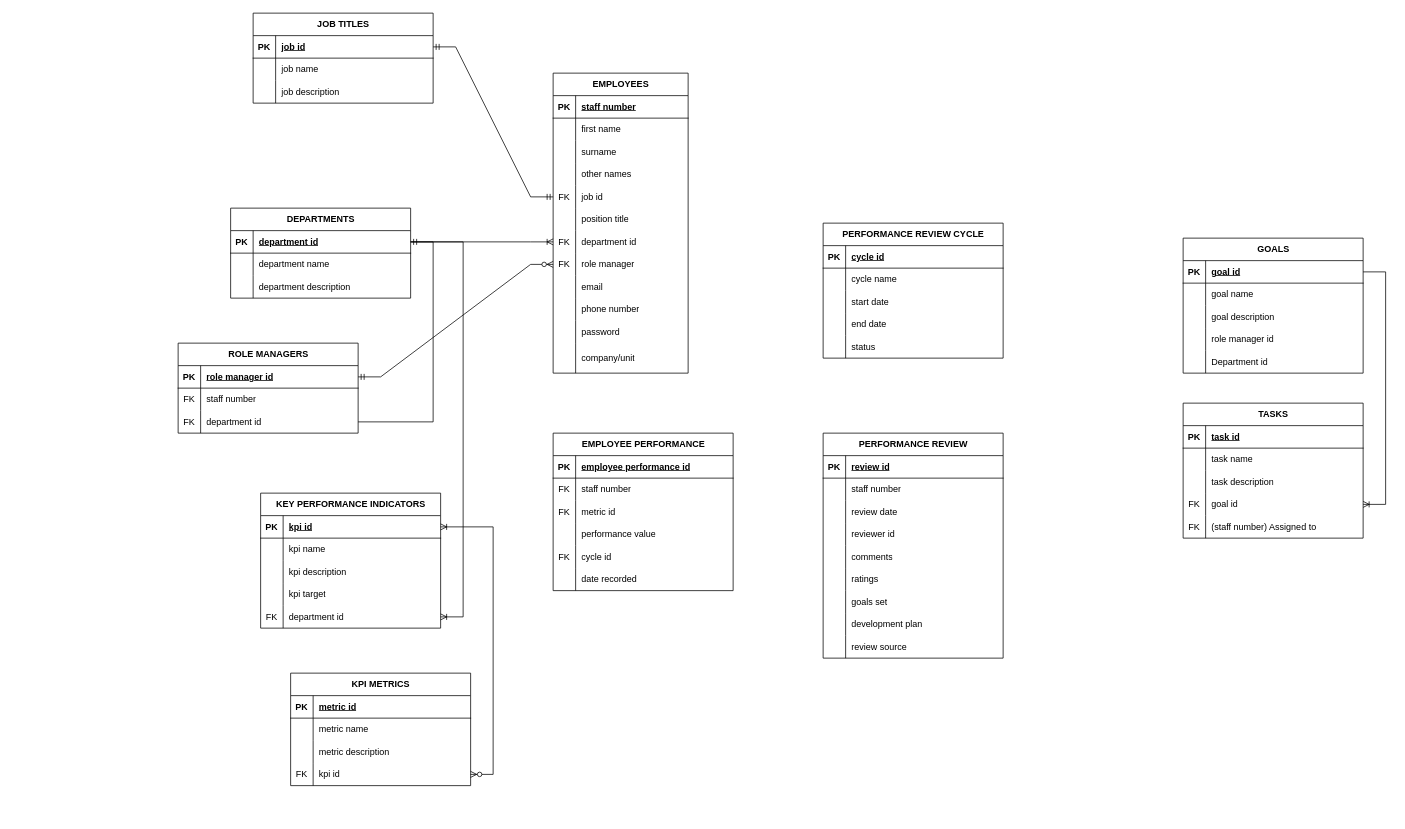
Earlier version of the draw.io diagram PMS.drawio (JohnMugambi/Files). Source tidied: cells renumbered, new cells numbered last; positions are measured from the earlier drawing's top-left corner, leaving out a move shared by most shapes. Both pictures are drawn from the tidied source at 75%, with x=0, y=0 at pixel (160, 13).
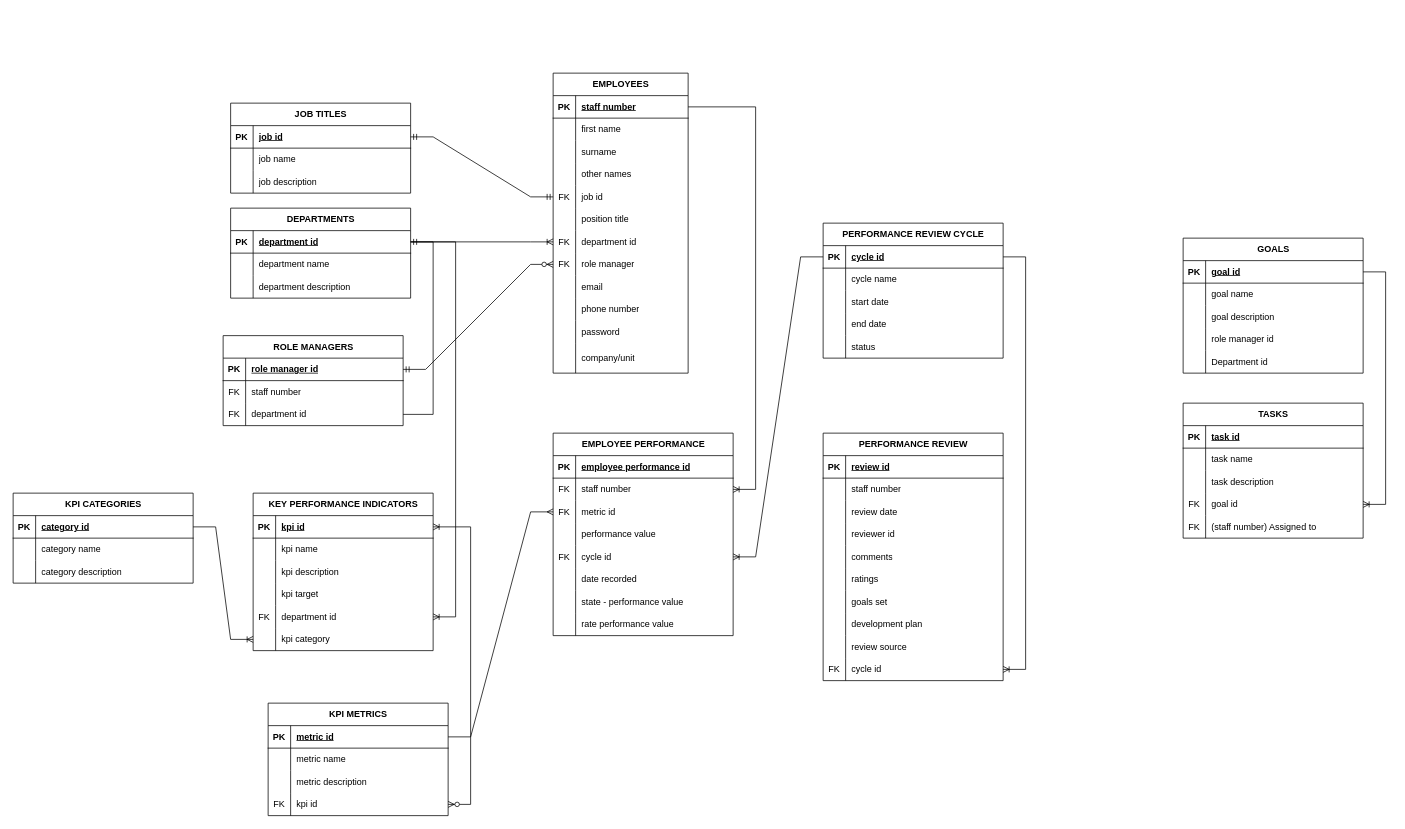
The same page after the edit.

Unchanged cells that the change refers to:
```xml
<mxCell id="3" style="shape=tableRow;horizontal=0;startSize=0;swimlaneHead=0;swimlaneBody=0;fillColor=none;points=[[0,0.5],[1,0.5]];portConstraint=eastwest;top=0;left=0;right=0;bottom=1;" parent="2" vertex="1">
  <mxGeometry y="30" width="180" height="30" as="geometry" />
</mxCell>
<mxCell id="53" style="shape=tableRow;horizontal=0;startSize=0;swimlaneHead=0;swimlaneBody=0;fillColor=none;points=[[0,0.5],[1,0.5]];portConstraint=eastwest;top=0;left=0;right=0;bottom=0;" parent="49" vertex="1">
  <mxGeometry y="60" width="240" height="30" as="geometry" />
</mxCell>
<mxCell id="56" style="shape=tableRow;horizontal=0;startSize=0;swimlaneHead=0;swimlaneBody=0;fillColor=none;points=[[0,0.5],[1,0.5]];portConstraint=eastwest;top=0;left=0;right=0;bottom=0;" parent="49" vertex="1">
  <mxGeometry y="90" width="240" height="30" as="geometry" />
</mxCell>
<mxCell id="62" style="shape=tableRow;horizontal=0;startSize=0;swimlaneHead=0;swimlaneBody=0;fillColor=none;points=[[0,0.5],[1,0.5]];portConstraint=eastwest;top=0;left=0;right=0;bottom=0;" parent="49" vertex="1">
  <mxGeometry y="150" width="240" height="30" as="geometry" />
</mxCell>
<mxCell id="149" style="shape=tableRow;horizontal=0;startSize=0;swimlaneHead=0;swimlaneBody=0;fillColor=none;points=[[0,0.5],[1,0.5]];portConstraint=eastwest;top=0;left=0;right=0;bottom=1;" parent="148" vertex="1">
  <mxGeometry y="30" width="240" height="30" as="geometry" />
</mxCell>
<mxCell id="185" style="shape=tableRow;horizontal=0;startSize=0;swimlaneHead=0;swimlaneBody=0;fillColor=none;points=[[0,0.5],[1,0.5]];portConstraint=eastwest;top=0;left=0;right=0;bottom=1;" parent="184" vertex="1">
  <mxGeometry y="30" width="240" height="30" as="geometry" />
</mxCell>
```

Change to the diagram source:
```diff
@@
     <mxCell id="49" value="EMPLOYEE PERFORMANCE" style="shape=table;startSize=30;childLayout=tableLayout;rowLines=0;fontStyle=1;align=center;html=1;" parent="1" vertex="1">
-      <mxGeometry x="524" y="560" width="240" height="210" as="geometry" />
+      <mxGeometry x="524" y="560" width="240" height="270" as="geometry" />
     </mxCell>
@@
+    <mxCell id="200" style="shape=tableRow;horizontal=0;startSize=0;swimlaneHead=0;swimlaneBody=0;fillColor=none;top=0;left=0;right=0;bottom=0;" parent="49" vertex="1">
+      <mxGeometry y="210" width="240" height="30" as="geometry" />
+    </mxCell>
+    <mxCell id="201" style="shape=partialRectangle;fillColor=none;top=0;left=0;bottom=0;right=0;overflow=hidden;whiteSpace=wrap;html=1;" parent="200" vertex="1">
+      <mxGeometry width="30" height="30" as="geometry" />
+    </mxCell>
+    <mxCell id="202" value="state - performance value" style="shape=partialRectangle;fillColor=none;top=0;left=0;bottom=0;right=0;align=left;spacingLeft=6;overflow=hidden;whiteSpace=wrap;html=1;" parent="200" vertex="1">
+      <mxGeometry x="30" width="210" height="30" as="geometry" />
+    </mxCell>
+    <mxCell id="203" style="shape=tableRow;horizontal=0;startSize=0;swimlaneHead=0;swimlaneBody=0;fillColor=none;top=0;left=0;right=0;bottom=0;" parent="49" vertex="1">
+      <mxGeometry y="240" width="240" height="30" as="geometry" />
+    </mxCell>
+    <mxCell id="204" style="shape=partialRectangle;fillColor=none;top=0;left=0;bottom=0;right=0;overflow=hidden;whiteSpace=wrap;html=1;" parent="203" vertex="1">
+      <mxGeometry width="30" height="30" as="geometry" />
+    </mxCell>
+    <mxCell id="205" value="rate performance value" style="shape=partialRectangle;fillColor=none;top=0;left=0;bottom=0;right=0;align=left;spacingLeft=6;overflow=hidden;whiteSpace=wrap;html=1;" parent="203" vertex="1">
+      <mxGeometry x="30" width="210" height="30" as="geometry" />
+    </mxCell>
@@
     <mxCell id="84" value="PERFORMANCE REVIEW" style="shape=table;startSize=30;childLayout=tableLayout;rowLines=0;fontStyle=1;align=center;html=1;" parent="1" vertex="1">
-      <mxGeometry x="884" y="560" width="240" height="300" as="geometry" />
+      <mxGeometry x="884" y="560" width="240" height="330" as="geometry" />
     </mxCell>
@@
+    <mxCell id="206" style="shape=tableRow;horizontal=0;startSize=0;swimlaneHead=0;swimlaneBody=0;fillColor=none;points=[[0,0.5],[1,0.5]];portConstraint=eastwest;top=0;left=0;right=0;bottom=0;" parent="84" vertex="1">
+      <mxGeometry y="300" width="240" height="30" as="geometry" />
+    </mxCell>
+    <mxCell id="207" value="FK" style="shape=partialRectangle;fillColor=none;top=0;left=0;bottom=0;right=0;overflow=hidden;whiteSpace=wrap;html=1;" parent="206" vertex="1">
+      <mxGeometry width="30" height="30" as="geometry" />
+    </mxCell>
+    <mxCell id="208" value="cycle id" style="shape=partialRectangle;fillColor=none;top=0;left=0;bottom=0;right=0;align=left;spacingLeft=6;overflow=hidden;whiteSpace=wrap;html=1;" parent="206" vertex="1">
+      <mxGeometry x="30" width="210" height="30" as="geometry" />
+    </mxCell>
     <mxCell id="112" value="JOB TITLES" style="shape=table;startSize=30;childLayout=tableLayout;rowLines=0;fontStyle=1;align=center;html=1;" parent="1" vertex="1">
-      <mxGeometry x="124" width="240" height="120" as="geometry" />
+      <mxGeometry x="94" y="120" width="240" height="120" as="geometry" />
     </mxCell>
@@
     <mxCell id="122" value="ROLE MANAGERS" style="shape=table;startSize=30;childLayout=tableLayout;rowLines=0;fontStyle=1;align=center;html=1;" parent="1" vertex="1">
-      <mxGeometry x="24" y="440" width="240" height="120" as="geometry" />
+      <mxGeometry x="84" y="430" width="240" height="120" as="geometry" />
     </mxCell>
@@
     <mxCell id="132" value="KEY PERFORMANCE INDICATORS" style="shape=table;startSize=30;childLayout=tableLayout;rowLines=0;fontStyle=1;align=center;html=1;" parent="1" vertex="1">
-      <mxGeometry x="134" y="640" width="240" height="180" as="geometry" />
+      <mxGeometry x="124" y="640" width="240" height="210" as="geometry" />
     </mxCell>
@@
+    <mxCell id="209" style="shape=tableRow;horizontal=0;startSize=0;swimlaneHead=0;swimlaneBody=0;fillColor=none;points=[[0,0.5],[1,0.5]];portConstraint=eastwest;top=0;left=0;right=0;bottom=0;" parent="132" vertex="1">
+      <mxGeometry y="180" width="240" height="30" as="geometry" />
+    </mxCell>
+    <mxCell id="210" style="shape=partialRectangle;fillColor=none;top=0;left=0;bottom=0;right=0;overflow=hidden;whiteSpace=wrap;html=1;" parent="209" vertex="1">
+      <mxGeometry width="30" height="30" as="geometry" />
+    </mxCell>
+    <mxCell id="211" value="kpi category" style="shape=partialRectangle;fillColor=none;top=0;left=0;bottom=0;right=0;align=left;spacingLeft=6;overflow=hidden;whiteSpace=wrap;html=1;" parent="209" vertex="1">
+      <mxGeometry x="30" width="210" height="30" as="geometry" />
+    </mxCell>
     <mxCell id="148" value="KPI METRICS" style="shape=table;startSize=30;childLayout=tableLayout;rowLines=0;fontStyle=1;align=center;html=1;" parent="1" vertex="1">
-      <mxGeometry x="174" y="880" width="240" height="150" as="geometry" />
+      <mxGeometry x="144" y="920" width="240" height="150" as="geometry" />
     </mxCell>
@@
+    <mxCell id="212" style="edgeStyle=entityRelationEdgeStyle;fontSize=12;html=1;endArrow=ERoneToMany;rounded=0;" parent="1" edge="1" source="185" target="62">
+      <mxGeometry relative="1" as="geometry" />
+    </mxCell>
+    <mxCell id="213" style="edgeStyle=entityRelationEdgeStyle;fontSize=12;html=1;endArrow=ERoneToMany;rounded=0;" parent="1" edge="1" source="185" target="206">
+      <mxGeometry relative="1" as="geometry" />
+    </mxCell>
+    <mxCell id="214" value="KPI CATEGORIES" style="shape=table;startSize=30;childLayout=tableLayout;rowLines=0;fontStyle=1;align=center;html=1;" parent="1" vertex="1">
+      <mxGeometry x="-196" y="640" width="240" height="120" as="geometry" />
+    </mxCell>
+    <mxCell id="215" style="shape=tableRow;horizontal=0;startSize=0;swimlaneHead=0;swimlaneBody=0;fillColor=none;points=[[0,0.5],[1,0.5]];portConstraint=eastwest;top=0;left=0;right=0;bottom=1;" parent="214" vertex="1">
+      <mxGeometry y="30" width="240" height="30" as="geometry" />
+    </mxCell>
+    <mxCell id="216" value="PK" style="shape=partialRectangle;fillColor=none;top=0;left=0;bottom=0;right=0;fontStyle=1;overflow=hidden;whiteSpace=wrap;html=1;" parent="215" vertex="1">
+      <mxGeometry width="30" height="30" as="geometry" />
+    </mxCell>
+    <mxCell id="217" value="category id" style="shape=partialRectangle;fillColor=none;top=0;left=0;bottom=0;right=0;align=left;spacingLeft=6;fontStyle=5;overflow=hidden;whiteSpace=wrap;html=1;" parent="215" vertex="1">
+      <mxGeometry x="30" width="210" height="30" as="geometry" />
+    </mxCell>
+    <mxCell id="218" style="shape=tableRow;horizontal=0;startSize=0;swimlaneHead=0;swimlaneBody=0;fillColor=none;top=0;left=0;right=0;bottom=0;" parent="214" vertex="1">
+      <mxGeometry y="60" width="240" height="30" as="geometry" />
+    </mxCell>
+    <mxCell id="219" style="shape=partialRectangle;fillColor=none;top=0;left=0;bottom=0;right=0;overflow=hidden;whiteSpace=wrap;html=1;" parent="218" vertex="1">
+      <mxGeometry width="30" height="30" as="geometry" />
+    </mxCell>
+    <mxCell id="220" value="category name" style="shape=partialRectangle;fillColor=none;top=0;left=0;bottom=0;right=0;align=left;spacingLeft=6;overflow=hidden;whiteSpace=wrap;html=1;" parent="218" vertex="1">
+      <mxGeometry x="30" width="210" height="30" as="geometry" />
+    </mxCell>
+    <mxCell id="221" style="shape=tableRow;horizontal=0;startSize=0;swimlaneHead=0;swimlaneBody=0;fillColor=none;top=0;left=0;right=0;bottom=0;" parent="214" vertex="1">
+      <mxGeometry y="90" width="240" height="30" as="geometry" />
+    </mxCell>
+    <mxCell id="222" style="shape=partialRectangle;fillColor=none;top=0;left=0;bottom=0;right=0;overflow=hidden;whiteSpace=wrap;html=1;" parent="221" vertex="1">
+      <mxGeometry width="30" height="30" as="geometry" />
+    </mxCell>
+    <mxCell id="223" value="category description" style="shape=partialRectangle;fillColor=none;top=0;left=0;bottom=0;right=0;align=left;spacingLeft=6;overflow=hidden;whiteSpace=wrap;html=1;" parent="221" vertex="1">
+      <mxGeometry x="30" width="210" height="30" as="geometry" />
+    </mxCell>
+    <mxCell id="224" style="edgeStyle=entityRelationEdgeStyle;fontSize=12;html=1;endArrow=ERoneToMany;rounded=0;" parent="1" edge="1" source="215" target="209">
+      <mxGeometry relative="1" as="geometry" />
+    </mxCell>
+    <mxCell id="225" style="edgeStyle=entityRelationEdgeStyle;fontSize=12;html=1;endArrow=ERoneToMany;rounded=0;" parent="1" edge="1" source="3" target="53">
+      <mxGeometry relative="1" as="geometry" />
+    </mxCell>
+    <mxCell id="226" style="edgeStyle=entityRelationEdgeStyle;fontSize=12;html=1;endArrow=ERmany;rounded=0;" parent="1" edge="1" source="149" target="56">
+      <mxGeometry relative="1" as="geometry" />
+    </mxCell>
```
